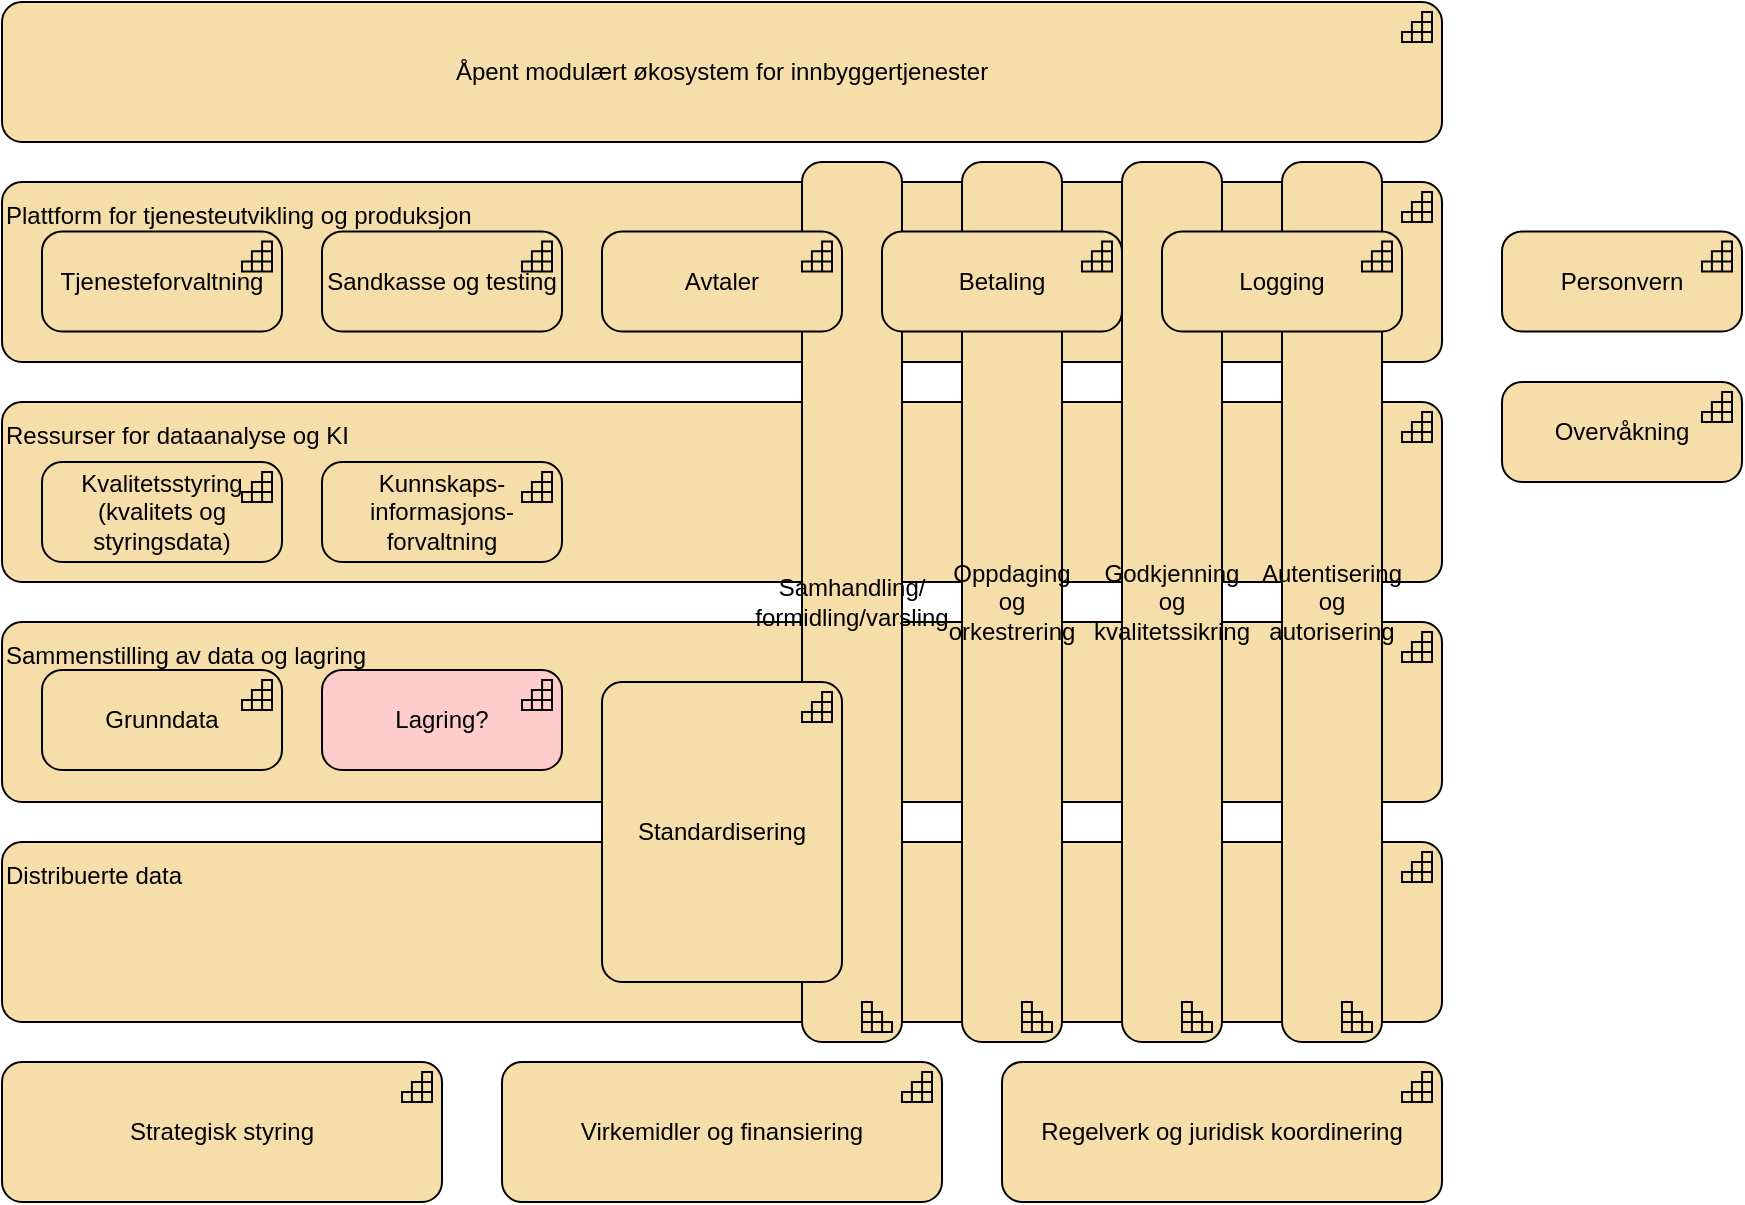
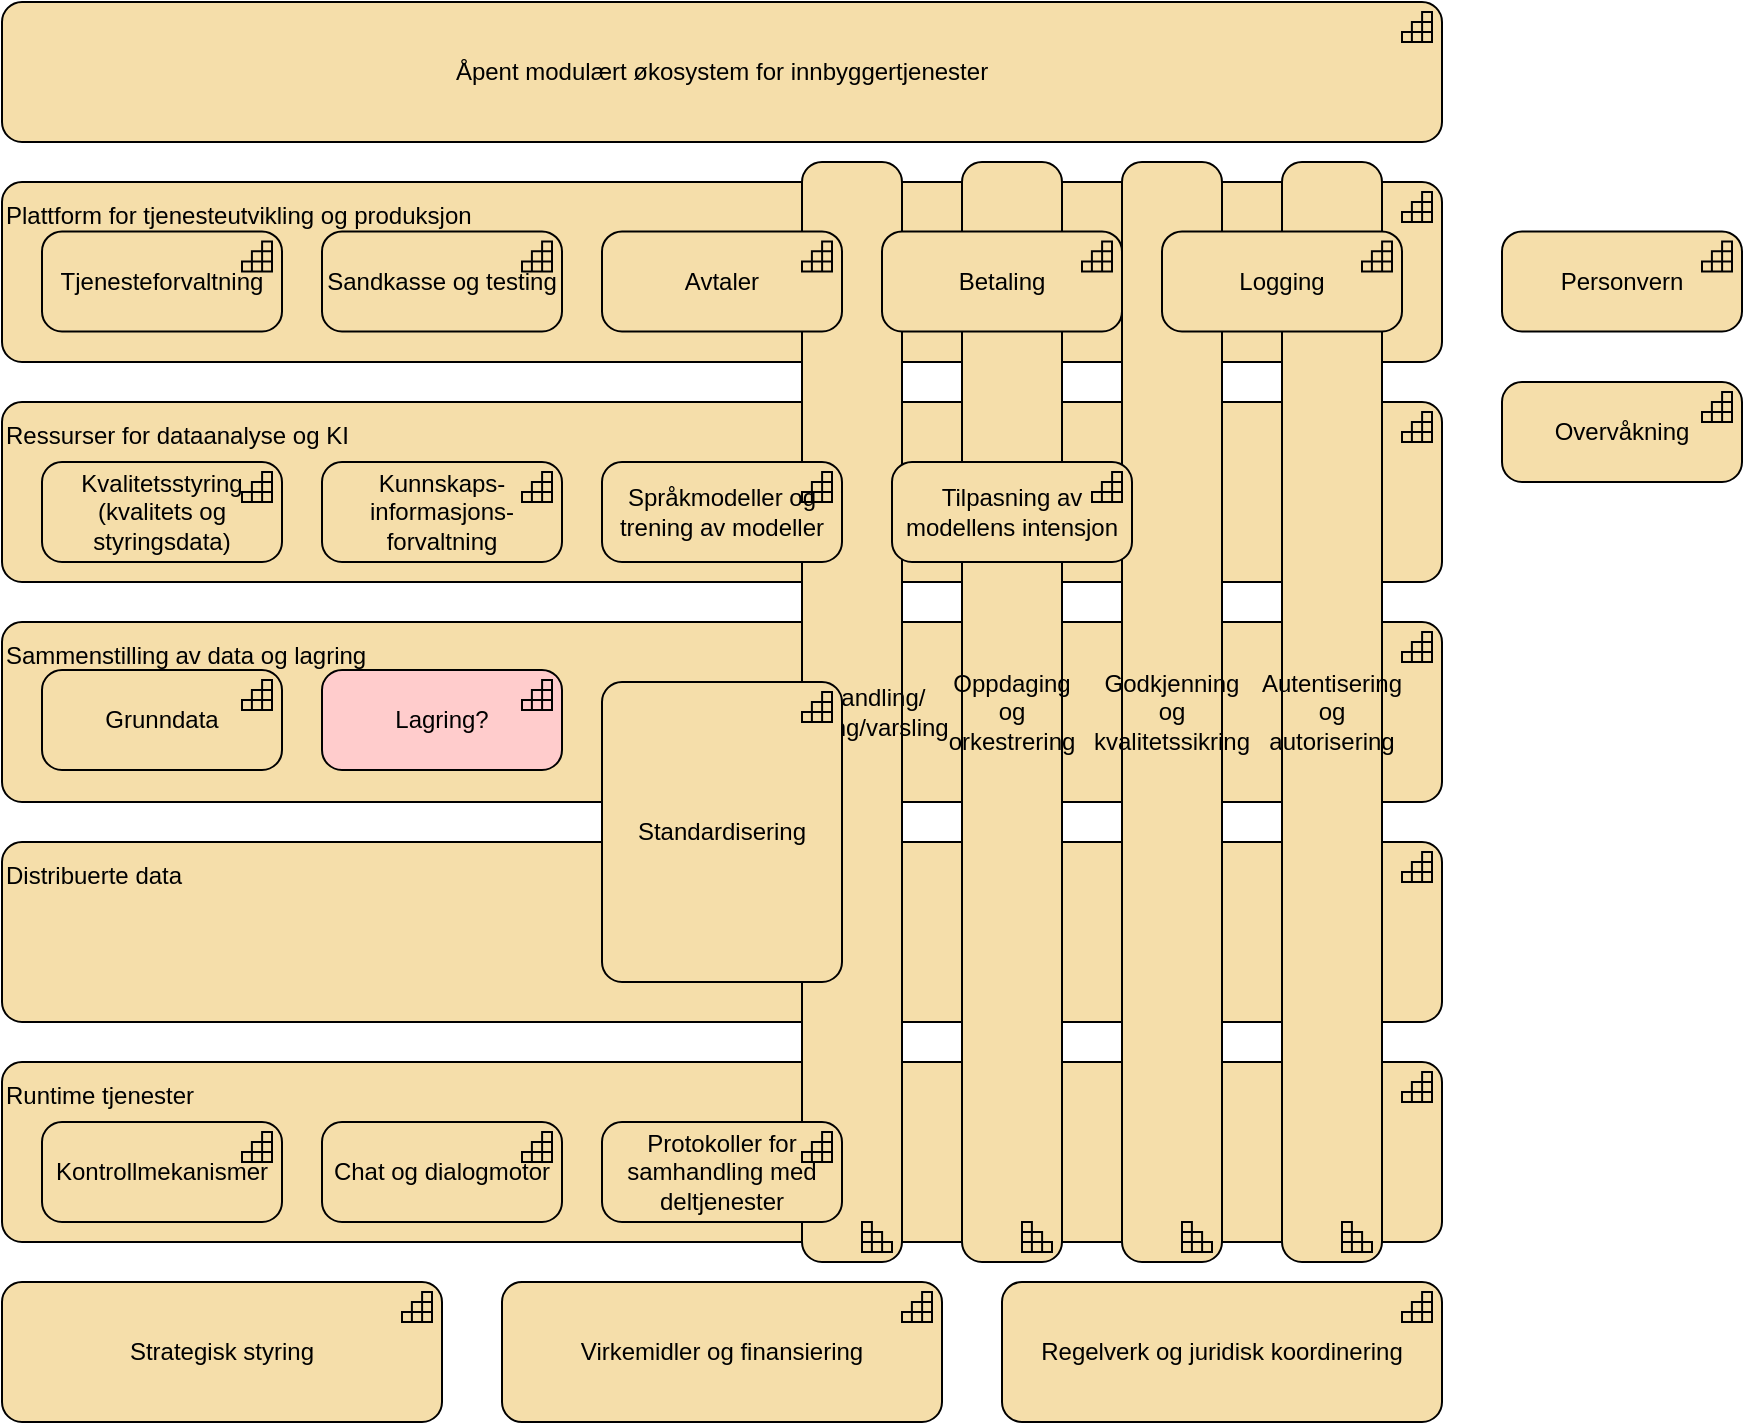
<mxfile host="65bd71144e">
    <diagram id="KhulNWOh6ZCrj-raD0nd" name="økosystem">
-         <mxGraphModel dx="686" dy="499" grid="1" gridSize="10" guides="1" tooltips="1" connect="1" arrows="1" fold="1" page="1" pageScale="1" pageWidth="1169" pageHeight="827" math="0" shadow="0">
+         <mxGraphModel dx="986" dy="546" grid="1" gridSize="10" guides="1" tooltips="1" connect="1" arrows="1" fold="1" page="1" pageScale="1" pageWidth="1169" pageHeight="827" math="0" shadow="0">
            <root>
                <mxCell id="0"/>
                <mxCell id="1" parent="0"/>
+                 <mxCell id="xnoThjykjK7Eu692T0Zw-3" value="Runtime tjenester&lt;div&gt;&lt;br&gt;&lt;/div&gt;&lt;div&gt;&lt;br&gt;&lt;/div&gt;&lt;div&gt;&lt;br&gt;&lt;/div&gt;&lt;div&gt;&lt;br&gt;&lt;/div&gt;" style="html=1;outlineConnect=0;whiteSpace=wrap;fillColor=#F5DEAA;shape=mxgraph.archimate3.application;appType=capability;archiType=rounded;align=left;" vertex="1" parent="1">
+                     <mxGeometry x="40" y="570" width="720" height="90" as="geometry"/>
+                 </mxCell>
                <mxCell id="xKit_TpfabmGGuKowgRL-6" value="Distribuerte data&lt;div&gt;&lt;br&gt;&lt;/div&gt;&lt;div&gt;&lt;br&gt;&lt;/div&gt;&lt;div&gt;&lt;br&gt;&lt;/div&gt;&lt;div&gt;&lt;br&gt;&lt;/div&gt;" style="html=1;outlineConnect=0;whiteSpace=wrap;fillColor=#F5DEAA;shape=mxgraph.archimate3.application;appType=capability;archiType=rounded;align=left;" parent="1" vertex="1">
                    <mxGeometry x="40" y="460" width="720" height="90" as="geometry"/>
                </mxCell>
                <mxCell id="xKit_TpfabmGGuKowgRL-5" value="Sammenstilling av data og lagring&lt;div&gt;&lt;br&gt;&lt;/div&gt;&lt;div&gt;&lt;br&gt;&lt;/div&gt;&lt;div&gt;&lt;br&gt;&lt;/div&gt;&lt;div&gt;&lt;br&gt;&lt;/div&gt;" style="html=1;outlineConnect=0;whiteSpace=wrap;fillColor=#F5DEAA;shape=mxgraph.archimate3.application;appType=capability;archiType=rounded;align=left;" parent="1" vertex="1">
                    <mxGeometry x="40" y="350" width="720" height="90" as="geometry"/>
                </mxCell>
                <mxCell id="xKit_TpfabmGGuKowgRL-4" value="&lt;div style=&quot;&quot;&gt;&lt;span style=&quot;background-color: transparent;&quot;&gt;Ressurser for dataanalyse og KI&lt;/span&gt;&lt;/div&gt;&lt;div style=&quot;&quot;&gt;&lt;span style=&quot;background-color: transparent;&quot;&gt;&lt;br&gt;&lt;/span&gt;&lt;/div&gt;&lt;div style=&quot;&quot;&gt;&lt;span style=&quot;background-color: transparent;&quot;&gt;&lt;br&gt;&lt;/span&gt;&lt;/div&gt;&lt;div style=&quot;&quot;&gt;&lt;span style=&quot;background-color: transparent;&quot;&gt;&lt;br&gt;&lt;/span&gt;&lt;/div&gt;&lt;div style=&quot;&quot;&gt;&lt;span style=&quot;background-color: transparent;&quot;&gt;&lt;br&gt;&lt;/span&gt;&lt;/div&gt;" style="html=1;outlineConnect=0;whiteSpace=wrap;fillColor=#F5DEAA;shape=mxgraph.archimate3.application;appType=capability;archiType=rounded;align=left;" parent="1" vertex="1">
                    <mxGeometry x="40" y="240" width="720" height="90" as="geometry"/>
                </mxCell>
                <mxCell id="xKit_TpfabmGGuKowgRL-3" value="&lt;div style=&quot;&quot;&gt;&lt;span style=&quot;background-color: transparent;&quot;&gt;Plattform for tjenesteutvikling og produksjon&lt;/span&gt;&lt;/div&gt;&lt;div style=&quot;&quot;&gt;&lt;span style=&quot;background-color: transparent;&quot;&gt;&lt;br&gt;&lt;/span&gt;&lt;/div&gt;&lt;div style=&quot;&quot;&gt;&lt;span style=&quot;background-color: transparent;&quot;&gt;&lt;br&gt;&lt;/span&gt;&lt;/div&gt;&lt;div style=&quot;&quot;&gt;&lt;span style=&quot;background-color: transparent;&quot;&gt;&lt;br&gt;&lt;/span&gt;&lt;/div&gt;&lt;div style=&quot;&quot;&gt;&lt;span style=&quot;background-color: transparent;&quot;&gt;&lt;br&gt;&lt;/span&gt;&lt;/div&gt;" style="html=1;outlineConnect=0;whiteSpace=wrap;fillColor=#F5DEAA;shape=mxgraph.archimate3.application;appType=capability;archiType=rounded;align=left;" parent="1" vertex="1">
                    <mxGeometry x="40" y="130" width="720" height="90" as="geometry"/>
                </mxCell>
                <mxCell id="TeFL5omvhbVfAXykElzv-1" value="Åpent modulært økosystem for innbyggertjenester" style="html=1;outlineConnect=0;whiteSpace=wrap;fillColor=#F5DEAA;shape=mxgraph.archimate3.application;appType=capability;archiType=rounded;" parent="1" vertex="1">
                    <mxGeometry x="40" y="40" width="720" height="70" as="geometry"/>
                </mxCell>
                <mxCell id="TeFL5omvhbVfAXykElzv-2" value="Samhandling/ formidling/varsling" style="html=1;outlineConnect=0;whiteSpace=wrap;fillColor=#F5DEAA;shape=mxgraph.archimate3.application;appType=capability;archiType=rounded;direction=south;" parent="1" vertex="1">
-                     <mxGeometry x="440" y="120" width="50" height="440" as="geometry"/>
-                 </mxCell>
-                 <mxCell id="TeFL5omvhbVfAXykElzv-3" value="Grunndata" style="html=1;outlineConnect=0;whiteSpace=wrap;fillColor=#F5DEAA;shape=mxgraph.archimate3.application;appType=capability;archiType=rounded;" parent="1" vertex="1">
-                     <mxGeometry x="60" y="374" width="120" height="50" as="geometry"/>
+                     <mxGeometry x="440" y="120" width="50" height="550" as="geometry"/>
                </mxCell>
                <mxCell id="TeFL5omvhbVfAXykElzv-4" value="Godkjenning og kvalitetssikring" style="html=1;outlineConnect=0;whiteSpace=wrap;fillColor=#F5DEAA;shape=mxgraph.archimate3.application;appType=capability;archiType=rounded;direction=south;" parent="1" vertex="1">
-                     <mxGeometry x="600" y="120" width="50" height="440" as="geometry"/>
+                     <mxGeometry x="600" y="120" width="50" height="550" as="geometry"/>
                </mxCell>
                <mxCell id="TeFL5omvhbVfAXykElzv-6" value="Avtaler" style="html=1;outlineConnect=0;whiteSpace=wrap;fillColor=#F5DEAA;shape=mxgraph.archimate3.application;appType=capability;archiType=rounded;" parent="1" vertex="1">
                    <mxGeometry x="340" y="154.73000000000002" width="120" height="50" as="geometry"/>
                </mxCell>
                <mxCell id="TeFL5omvhbVfAXykElzv-7" value="Autentisering og autorisering" style="html=1;outlineConnect=0;whiteSpace=wrap;fillColor=#F5DEAA;shape=mxgraph.archimate3.application;appType=capability;archiType=rounded;direction=south;" parent="1" vertex="1">
-                     <mxGeometry x="680" y="120" width="50" height="440" as="geometry"/>
+                     <mxGeometry x="680" y="120" width="50" height="550" as="geometry"/>
                </mxCell>
                <mxCell id="TeFL5omvhbVfAXykElzv-8" value="Oppdaging og orkestrering" style="html=1;outlineConnect=0;whiteSpace=wrap;fillColor=#F5DEAA;shape=mxgraph.archimate3.application;appType=capability;archiType=rounded;direction=south;" parent="1" vertex="1">
-                     <mxGeometry x="520" y="120" width="50" height="440" as="geometry"/>
+                     <mxGeometry x="520" y="120" width="50" height="550" as="geometry"/>
                </mxCell>
                <mxCell id="TeFL5omvhbVfAXykElzv-9" value="Sandkasse og testing" style="html=1;outlineConnect=0;whiteSpace=wrap;fillColor=#F5DEAA;shape=mxgraph.archimate3.application;appType=capability;archiType=rounded;" parent="1" vertex="1">
                    <mxGeometry x="200" y="154.73" width="120" height="50" as="geometry"/>
                </mxCell>
                <mxCell id="TeFL5omvhbVfAXykElzv-10" value="Logging" style="html=1;outlineConnect=0;whiteSpace=wrap;fillColor=#F5DEAA;shape=mxgraph.archimate3.application;appType=capability;archiType=rounded;" parent="1" vertex="1">
                    <mxGeometry x="620" y="154.73000000000002" width="120" height="50" as="geometry"/>
                </mxCell>
                <mxCell id="TeFL5omvhbVfAXykElzv-11" value="Tjenesteforvaltning" style="html=1;outlineConnect=0;whiteSpace=wrap;fillColor=#F5DEAA;shape=mxgraph.archimate3.application;appType=capability;archiType=rounded;" parent="1" vertex="1">
                    <mxGeometry x="60" y="154.73000000000002" width="120" height="50" as="geometry"/>
                </mxCell>
                <mxCell id="TeFL5omvhbVfAXykElzv-13" value="Standardisering" style="html=1;outlineConnect=0;whiteSpace=wrap;fillColor=#F5DEAA;shape=mxgraph.archimate3.application;appType=capability;archiType=rounded;" parent="1" vertex="1">
                    <mxGeometry x="340" y="380" width="120" height="150" as="geometry"/>
                </mxCell>
                <mxCell id="TeFL5omvhbVfAXykElzv-14" value="Overvåkning" style="html=1;outlineConnect=0;whiteSpace=wrap;fillColor=#F5DEAA;shape=mxgraph.archimate3.application;appType=capability;archiType=rounded;" parent="1" vertex="1">
                    <mxGeometry x="790" y="230" width="120" height="50" as="geometry"/>
                </mxCell>
                <mxCell id="TeFL5omvhbVfAXykElzv-15" value="Personvern" style="html=1;outlineConnect=0;whiteSpace=wrap;fillColor=#F5DEAA;shape=mxgraph.archimate3.application;appType=capability;archiType=rounded;" parent="1" vertex="1">
                    <mxGeometry x="790" y="154.73000000000002" width="120" height="50" as="geometry"/>
                </mxCell>
                <mxCell id="u9fwJug513jWiIlwAGDL-1" value="Kunnskaps- informasjons- forvaltning" style="html=1;outlineConnect=0;whiteSpace=wrap;fillColor=#F5DEAA;shape=mxgraph.archimate3.application;appType=capability;archiType=rounded;" parent="1" vertex="1">
                    <mxGeometry x="200" y="270" width="120" height="50" as="geometry"/>
                </mxCell>
                <mxCell id="u9fwJug513jWiIlwAGDL-2" value="Kvalitetsstyring (kvalitets og styringsdata)" style="html=1;outlineConnect=0;whiteSpace=wrap;fillColor=#F5DEAA;shape=mxgraph.archimate3.application;appType=capability;archiType=rounded;" parent="1" vertex="1">
                    <mxGeometry x="60" y="270" width="120" height="50" as="geometry"/>
                </mxCell>
                <mxCell id="TeFL5omvhbVfAXykElzv-5" value="Betaling" style="html=1;outlineConnect=0;whiteSpace=wrap;fillColor=#F5DEAA;shape=mxgraph.archimate3.application;appType=capability;archiType=rounded;" parent="1" vertex="1">
                    <mxGeometry x="480" y="154.73000000000002" width="120" height="50" as="geometry"/>
                </mxCell>
                <mxCell id="xKit_TpfabmGGuKowgRL-8" value="Strategisk styring" style="html=1;outlineConnect=0;whiteSpace=wrap;fillColor=#F5DEAA;shape=mxgraph.archimate3.application;appType=capability;archiType=rounded;" parent="1" vertex="1">
-                     <mxGeometry x="40" y="570" width="220" height="70" as="geometry"/>
+                     <mxGeometry x="40" y="680" width="220" height="70" as="geometry"/>
                </mxCell>
                <mxCell id="xKit_TpfabmGGuKowgRL-9" value="Virkemidler og finansiering" style="html=1;outlineConnect=0;whiteSpace=wrap;fillColor=#F5DEAA;shape=mxgraph.archimate3.application;appType=capability;archiType=rounded;" parent="1" vertex="1">
-                     <mxGeometry x="290" y="570" width="220" height="70" as="geometry"/>
+                     <mxGeometry x="290" y="680" width="220" height="70" as="geometry"/>
                </mxCell>
                <mxCell id="xKit_TpfabmGGuKowgRL-10" value="Regelverk og juridisk koordinering" style="html=1;outlineConnect=0;whiteSpace=wrap;fillColor=#F5DEAA;shape=mxgraph.archimate3.application;appType=capability;archiType=rounded;" parent="1" vertex="1">
-                     <mxGeometry x="540" y="570" width="220" height="70" as="geometry"/>
+                     <mxGeometry x="540" y="680" width="220" height="70" as="geometry"/>
                </mxCell>
                <mxCell id="VVHO--vzeyekFK8HYkrx-1" value="Lagring?" style="html=1;outlineConnect=0;whiteSpace=wrap;fillColor=#FFCCCC;shape=mxgraph.archimate3.application;appType=capability;archiType=rounded;" parent="1" vertex="1">
                    <mxGeometry x="200" y="374" width="120" height="50" as="geometry"/>
+                 </mxCell>
+                 <mxCell id="2" value="Språkmodeller og trening av modeller" style="html=1;outlineConnect=0;whiteSpace=wrap;fillColor=#F5DEAA;shape=mxgraph.archimate3.application;appType=capability;archiType=rounded;" vertex="1" parent="1">
+                     <mxGeometry x="340" y="270" width="120" height="50" as="geometry"/>
+                 </mxCell>
+                 <mxCell id="xnoThjykjK7Eu692T0Zw-2" value="Tilpasning av modellens intensjon" style="html=1;outlineConnect=0;whiteSpace=wrap;fillColor=#F5DEAA;shape=mxgraph.archimate3.application;appType=capability;archiType=rounded;" vertex="1" parent="1">
+                     <mxGeometry x="485" y="270" width="120" height="50" as="geometry"/>
+                 </mxCell>
+                 <mxCell id="xnoThjykjK7Eu692T0Zw-4" value="Kontrollmekanismer" style="html=1;outlineConnect=0;whiteSpace=wrap;fillColor=#F5DEAA;shape=mxgraph.archimate3.application;appType=capability;archiType=rounded;" vertex="1" parent="1">
+                     <mxGeometry x="60" y="600" width="120" height="50" as="geometry"/>
+                 </mxCell>
+                 <mxCell id="xnoThjykjK7Eu692T0Zw-5" value="Chat og dialogmotor" style="html=1;outlineConnect=0;whiteSpace=wrap;fillColor=#F5DEAA;shape=mxgraph.archimate3.application;appType=capability;archiType=rounded;" vertex="1" parent="1">
+                     <mxGeometry x="200" y="600" width="120" height="50" as="geometry"/>
+                 </mxCell>
+                 <mxCell id="xnoThjykjK7Eu692T0Zw-6" value="Grunndata" style="html=1;outlineConnect=0;whiteSpace=wrap;fillColor=#F5DEAA;shape=mxgraph.archimate3.application;appType=capability;archiType=rounded;" vertex="1" parent="1">
+                     <mxGeometry x="60" y="374" width="120" height="50" as="geometry"/>
+                 </mxCell>
+                 <mxCell id="xnoThjykjK7Eu692T0Zw-7" value="Protokoller for samhandling med deltjenester" style="html=1;outlineConnect=0;whiteSpace=wrap;fillColor=#F5DEAA;shape=mxgraph.archimate3.application;appType=capability;archiType=rounded;" vertex="1" parent="1">
+                     <mxGeometry x="340" y="600" width="120" height="50" as="geometry"/>
                </mxCell>
            </root>
        </mxGraphModel>
    </diagram>
    <diagram id="yR3UBU6f4qSMuNbV7_kY" name="verdikjede-overordnet">
-         <mxGraphModel dx="686" dy="499" grid="1" gridSize="10" guides="1" tooltips="1" connect="1" arrows="1" fold="1" page="1" pageScale="1" pageWidth="1169" pageHeight="827" math="0" shadow="0">
+         <mxGraphModel dx="986" dy="546" grid="1" gridSize="10" guides="1" tooltips="1" connect="1" arrows="1" fold="1" page="1" pageScale="1" pageWidth="1169" pageHeight="827" math="0" shadow="0">
            <root>
                <mxCell id="0"/>
                <mxCell id="1" parent="0"/>
                <mxCell id="8" value="Oppleve Symptomer" style="html=1;outlineConnect=0;whiteSpace=wrap;fillColor=#F5DEAA;shape=mxgraph.archimate3.application;appType=valueStream;archiType=rounded;" parent="1" vertex="1">
                    <mxGeometry x="160" y="100" width="100" height="50" as="geometry"/>
                </mxCell>
                <mxCell id="9" value="Forebygge" style="html=1;outlineConnect=0;whiteSpace=wrap;fillColor=#F5DEAA;shape=mxgraph.archimate3.application;appType=valueStream;archiType=rounded;" parent="1" vertex="1">
                    <mxGeometry x="20" y="100" width="100" height="50" as="geometry"/>
                </mxCell>
                <mxCell id="16" value="" style="edgeStyle=none;html=1;" parent="1" source="10" target="15" edge="1">
                    <mxGeometry relative="1" as="geometry"/>
                </mxCell>
                <mxCell id="10" value="Kartlegge" style="html=1;outlineConnect=0;whiteSpace=wrap;fillColor=#F5DEAA;shape=mxgraph.archimate3.application;appType=valueStream;archiType=rounded;" parent="1" vertex="1">
                    <mxGeometry x="300" y="100" width="100" height="50" as="geometry"/>
                </mxCell>
                <mxCell id="14" value="" style="edgeStyle=none;html=1;" parent="1" source="12" target="13" edge="1">
                    <mxGeometry relative="1" as="geometry"/>
                </mxCell>
                <mxCell id="12" value="Egenmestre" style="html=1;outlineConnect=0;whiteSpace=wrap;fillColor=#F5DEAA;shape=mxgraph.archimate3.application;appType=valueStream;archiType=rounded;" parent="1" vertex="1">
                    <mxGeometry x="440" y="100" width="100" height="50" as="geometry"/>
                </mxCell>
                <mxCell id="13" value="Veiledet selvhjelp" style="html=1;outlineConnect=0;whiteSpace=wrap;fillColor=#F5DEAA;shape=mxgraph.archimate3.application;appType=valueStream;archiType=rounded;" parent="1" vertex="1">
                    <mxGeometry x="580" y="100" width="100" height="50" as="geometry"/>
                </mxCell>
                <mxCell id="15" value="Veivise til tjenesten" style="html=1;outlineConnect=0;whiteSpace=wrap;fillColor=#F5DEAA;shape=mxgraph.archimate3.application;appType=valueStream;archiType=rounded;" parent="1" vertex="1">
                    <mxGeometry x="300" y="180" width="100" height="50" as="geometry"/>
                </mxCell>
                <mxCell id="17" value="" style="edgeStyle=elbowEdgeStyle;html=1;endArrow=block;dashed=0;elbow=vertical;endFill=1;exitX=1;exitY=0.5;exitDx=0;exitDy=0;exitPerimeter=0;entryX=0;entryY=0.5;entryDx=0;entryDy=0;entryPerimeter=0;" parent="1" source="10" target="12" edge="1">
                    <mxGeometry width="160" relative="1" as="geometry">
                        <mxPoint x="340" y="450" as="sourcePoint"/>
                        <mxPoint x="500" y="450" as="targetPoint"/>
                    </mxGeometry>
                </mxCell>
                <mxCell id="18" value="" style="edgeStyle=elbowEdgeStyle;html=1;endArrow=block;dashed=0;elbow=vertical;endFill=1;entryX=0;entryY=0.5;entryDx=0;entryDy=0;entryPerimeter=0;exitX=1;exitY=0.5;exitDx=0;exitDy=0;exitPerimeter=0;" parent="1" source="8" target="10" edge="1">
                    <mxGeometry width="160" relative="1" as="geometry">
                        <mxPoint x="340" y="450" as="sourcePoint"/>
                        <mxPoint x="500" y="450" as="targetPoint"/>
                    </mxGeometry>
                </mxCell>
                <mxCell id="19" value="" style="edgeStyle=elbowEdgeStyle;html=1;endArrow=block;dashed=0;elbow=vertical;endFill=1;exitX=1;exitY=0.5;exitDx=0;exitDy=0;exitPerimeter=0;" parent="1" source="9" edge="1">
                    <mxGeometry width="160" relative="1" as="geometry">
                        <mxPoint x="270" y="135" as="sourcePoint"/>
                        <mxPoint x="160" y="125" as="targetPoint"/>
                    </mxGeometry>
                </mxCell>
                <mxCell id="20" value="" style="edgeStyle=elbowEdgeStyle;html=1;endArrow=block;dashed=0;elbow=vertical;endFill=1;entryX=0.5;entryY=0;entryDx=0;entryDy=0;entryPerimeter=0;exitX=0.5;exitY=0;exitDx=0;exitDy=0;exitPerimeter=0;" parent="1" source="13" target="8" edge="1">
                    <mxGeometry width="160" relative="1" as="geometry">
                        <mxPoint x="280" y="145" as="sourcePoint"/>
                        <mxPoint x="320" y="145" as="targetPoint"/>
                        <Array as="points">
                            <mxPoint x="420" y="60"/>
                        </Array>
                    </mxGeometry>
                </mxCell>
                <mxCell id="21" value="" style="edgeStyle=elbowEdgeStyle;html=1;endArrow=block;dashed=0;elbow=vertical;endFill=1;entryX=0.5;entryY=1;entryDx=0;entryDy=0;entryPerimeter=0;exitX=1;exitY=0.5;exitDx=0;exitDy=0;exitPerimeter=0;" parent="1" source="15" target="12" edge="1">
                    <mxGeometry width="160" relative="1" as="geometry">
                        <mxPoint x="500" y="210" as="sourcePoint"/>
                        <mxPoint x="500" y="450" as="targetPoint"/>
                        <Array as="points">
                            <mxPoint x="450" y="190"/>
                        </Array>
                    </mxGeometry>
                </mxCell>
                <mxCell id="22" value="Katlegging (verktøy)" style="html=1;outlineConnect=0;whiteSpace=wrap;fillColor=#F5DEAA;shape=mxgraph.archimate3.application;appType=capability;archiType=rounded;" parent="1" vertex="1">
                    <mxGeometry x="300" y="300" width="100" height="52.5" as="geometry"/>
                </mxCell>
                <mxCell id="23" value="Symptom-kartlegging" style="html=1;outlineConnect=0;whiteSpace=wrap;fillColor=#F5DEAA;shape=mxgraph.archimate3.application;appType=capability;archiType=rounded;" parent="1" vertex="1">
                    <mxGeometry x="160" y="300" width="100" height="52.5" as="geometry"/>
                </mxCell>
                <mxCell id="24" value="Tjenesteveivisning" style="html=1;outlineConnect=0;whiteSpace=wrap;fillColor=#F5DEAA;shape=mxgraph.archimate3.application;appType=capability;archiType=rounded;" parent="1" vertex="1">
                    <mxGeometry x="300" y="380" width="100" height="52.5" as="geometry"/>
                </mxCell>
                <mxCell id="25" value="Egenmestring (verktøy)" style="html=1;outlineConnect=0;whiteSpace=wrap;fillColor=#F5DEAA;shape=mxgraph.archimate3.application;appType=capability;archiType=rounded;" parent="1" vertex="1">
                    <mxGeometry x="440" y="300" width="100" height="52.5" as="geometry"/>
                </mxCell>
                <mxCell id="27" value="Egenmestring (forebyggings verktøy)" style="html=1;outlineConnect=0;whiteSpace=wrap;fillColor=#F5DEAA;shape=mxgraph.archimate3.application;appType=capability;archiType=rounded;" parent="1" vertex="1">
                    <mxGeometry x="20" y="300" width="100" height="52.5" as="geometry"/>
                </mxCell>
                <mxCell id="28" value="eBehandling" style="html=1;outlineConnect=0;whiteSpace=wrap;fillColor=#F5DEAA;shape=mxgraph.archimate3.application;appType=capability;archiType=rounded;" parent="1" vertex="1">
                    <mxGeometry x="580" y="300" width="100" height="52.5" as="geometry"/>
                </mxCell>
                <mxCell id="29" value="Veiledet Egenmestring (verktøy)" style="html=1;outlineConnect=0;whiteSpace=wrap;fillColor=#F5DEAA;shape=mxgraph.archimate3.application;appType=capability;archiType=rounded;" parent="1" vertex="1">
                    <mxGeometry x="580" y="380" width="100" height="52.5" as="geometry"/>
                </mxCell>
                <mxCell id="30" value="Fastlege, Spesialist, legevakt etc" style="html=1;outlineConnect=0;whiteSpace=wrap;fillColor=#F5DEAA;shape=mxgraph.archimate3.application;appType=valueStream;archiType=rounded;" parent="1" vertex="1">
                    <mxGeometry x="720" y="100" width="100" height="50" as="geometry"/>
                </mxCell>
                <mxCell id="32" value="" style="edgeStyle=elbowEdgeStyle;html=1;endArrow=block;dashed=0;elbow=vertical;endFill=1;entryX=0.5;entryY=1;entryDx=0;entryDy=0;entryPerimeter=0;exitX=0.5;exitY=1;exitDx=0;exitDy=0;exitPerimeter=0;" parent="1" source="15" target="30" edge="1">
                    <mxGeometry width="160" relative="1" as="geometry">
                        <mxPoint x="340" y="360" as="sourcePoint"/>
                        <mxPoint x="500" y="360" as="targetPoint"/>
                        <Array as="points">
                            <mxPoint x="560" y="250"/>
                        </Array>
                    </mxGeometry>
                </mxCell>
                <mxCell id="33" value="" style="edgeStyle=elbowEdgeStyle;html=1;endArrow=block;dashed=0;elbow=vertical;endFill=1;entryX=0.5;entryY=0;entryDx=0;entryDy=0;entryPerimeter=0;exitX=0.5;exitY=0;exitDx=0;exitDy=0;exitPerimeter=0;" parent="1" source="30" target="9" edge="1">
                    <mxGeometry width="160" relative="1" as="geometry">
                        <mxPoint x="340" y="360" as="sourcePoint"/>
                        <mxPoint x="500" y="360" as="targetPoint"/>
                        <Array as="points">
                            <mxPoint x="420" y="40"/>
                        </Array>
                    </mxGeometry>
                </mxCell>
                <mxCell id="34" value="Journalføring" style="html=1;outlineConnect=0;whiteSpace=wrap;fillColor=#F5DEAA;shape=mxgraph.archimate3.application;appType=capability;archiType=rounded;" parent="1" vertex="1">
                    <mxGeometry x="720" y="300" width="100" height="52.5" as="geometry"/>
                </mxCell>
                <mxCell id="35" value="" style="edgeStyle=elbowEdgeStyle;html=1;endArrow=block;dashed=0;elbow=vertical;endFill=1;entryX=0;entryY=0.5;entryDx=0;entryDy=0;entryPerimeter=0;exitX=1;exitY=0.5;exitDx=0;exitDy=0;exitPerimeter=0;" parent="1" source="13" target="30" edge="1">
                    <mxGeometry width="160" relative="1" as="geometry">
                        <mxPoint x="340" y="360" as="sourcePoint"/>
                        <mxPoint x="500" y="360" as="targetPoint"/>
                    </mxGeometry>
                </mxCell>
                <mxCell id="36" value="KI symptom-kartlegging" style="html=1;outlineConnect=0;whiteSpace=wrap;fillColor=#FFB366;shape=mxgraph.archimate3.application;appType=capability;archiType=rounded;" parent="1" vertex="1">
                    <mxGeometry x="160" y="560" width="100" height="52.5" as="geometry"/>
                </mxCell>
                <mxCell id="37" value="KI veivisning" style="html=1;outlineConnect=0;whiteSpace=wrap;fillColor=#FFB366;shape=mxgraph.archimate3.application;appType=capability;archiType=rounded;" parent="1" vertex="1">
                    <mxGeometry x="300" y="560" width="100" height="52.5" as="geometry"/>
                </mxCell>
                <mxCell id="38" value="KI egenmestring" style="html=1;outlineConnect=0;whiteSpace=wrap;fillColor=#FFB366;shape=mxgraph.archimate3.application;appType=capability;archiType=rounded;" parent="1" vertex="1">
                    <mxGeometry x="440" y="560" width="100" height="52.5" as="geometry"/>
                </mxCell>
                <mxCell id="39" value="KI eBehandling" style="html=1;outlineConnect=0;whiteSpace=wrap;fillColor=#FFB366;shape=mxgraph.archimate3.application;appType=capability;archiType=rounded;" parent="1" vertex="1">
                    <mxGeometry x="580" y="560" width="100" height="52.5" as="geometry"/>
                </mxCell>
                <mxCell id="40" value="KI assistert journalføring" style="html=1;outlineConnect=0;whiteSpace=wrap;fillColor=#FFB366;shape=mxgraph.archimate3.application;appType=capability;archiType=rounded;" parent="1" vertex="1">
                    <mxGeometry x="720" y="560" width="100" height="52.5" as="geometry"/>
                </mxCell>
                <mxCell id="41" value="Samhandling" style="html=1;outlineConnect=0;whiteSpace=wrap;fillColor=#F5DEAA;shape=mxgraph.archimate3.application;appType=capability;archiType=rounded;" parent="1" vertex="1">
                    <mxGeometry x="300" y="760" width="520" height="30" as="geometry"/>
                </mxCell>
                <mxCell id="43" value="" style="endArrow=none;dashed=1;html=1;" parent="1" edge="1">
                    <mxGeometry width="50" height="50" relative="1" as="geometry">
                        <mxPoint x="20" y="270" as="sourcePoint"/>
                        <mxPoint x="840" y="270" as="targetPoint"/>
                        <Array as="points">
                            <mxPoint x="430" y="270"/>
                        </Array>
                    </mxGeometry>
                </mxCell>
                <mxCell id="44" value="" style="endArrow=none;dashed=1;html=1;" parent="1" edge="1">
                    <mxGeometry width="50" height="50" relative="1" as="geometry">
                        <mxPoint x="20" y="540" as="sourcePoint"/>
                        <mxPoint x="840" y="540" as="targetPoint"/>
                        <Array as="points">
                            <mxPoint x="430" y="540"/>
                        </Array>
                    </mxGeometry>
                </mxCell>
                <mxCell id="45" value="" style="endArrow=none;dashed=1;html=1;" parent="1" edge="1">
                    <mxGeometry width="50" height="50" relative="1" as="geometry">
                        <mxPoint x="20" y="630" as="sourcePoint"/>
                        <mxPoint x="840" y="630" as="targetPoint"/>
                        <Array as="points">
                            <mxPoint x="430" y="630"/>
                        </Array>
                    </mxGeometry>
                </mxCell>
                <mxCell id="46" value="Økosystem fasilitering" style="html=1;outlineConnect=0;whiteSpace=wrap;fillColor=#F5DEAA;shape=mxgraph.archimate3.application;appType=capability;archiType=rounded;" parent="1" vertex="1">
                    <mxGeometry x="20" y="660" width="660" height="30" as="geometry"/>
                </mxCell>
                <mxCell id="47" value="Planlegging" style="html=1;outlineConnect=0;whiteSpace=wrap;fillColor=#F5DEAA;shape=mxgraph.archimate3.application;appType=capability;archiType=rounded;" parent="1" vertex="1">
                    <mxGeometry x="300" y="710" width="520" height="30" as="geometry"/>
                </mxCell>
                <mxCell id="50" value="KI kapabiliteter" style="text;html=1;align=left;verticalAlign=middle;whiteSpace=wrap;rounded=0;" parent="1" vertex="1">
                    <mxGeometry x="20" y="540" width="120" height="30" as="geometry"/>
                </mxCell>
                <mxCell id="51" value="Forenklet tjenestereise" style="text;html=1;align=left;verticalAlign=middle;whiteSpace=wrap;rounded=0;" parent="1" vertex="1">
                    <mxGeometry x="20" width="130" height="30" as="geometry"/>
                </mxCell>
                <mxCell id="54" value="Innbygger / kliniker" style="text;html=1;align=left;verticalAlign=middle;whiteSpace=wrap;rounded=0;" parent="1" vertex="1">
                    <mxGeometry x="20" y="270" width="120" height="30" as="geometry"/>
                </mxCell>
                <mxCell id="56" value="Grunnleggende kapabiliteter" style="text;html=1;align=left;verticalAlign=middle;whiteSpace=wrap;rounded=0;" parent="1" vertex="1">
                    <mxGeometry x="20" y="630" width="170" height="30" as="geometry"/>
                </mxCell>
                <mxCell id="58" value="Henvise /medisinere" style="html=1;outlineConnect=0;whiteSpace=wrap;fillColor=#F5DEAA;shape=mxgraph.archimate3.application;appType=valueStream;archiType=rounded;" parent="1" vertex="1">
                    <mxGeometry x="580" y="180" width="100" height="50" as="geometry"/>
                </mxCell>
                <mxCell id="59" value="" style="edgeStyle=elbowEdgeStyle;html=1;endArrow=block;dashed=0;elbow=vertical;endFill=1;exitX=1;exitY=0.75;exitDx=0;exitDy=0;exitPerimeter=0;entryX=0;entryY=0.5;entryDx=0;entryDy=0;entryPerimeter=0;" parent="1" source="15" target="58" edge="1">
                    <mxGeometry width="160" relative="1" as="geometry">
                        <mxPoint x="410" y="215" as="sourcePoint"/>
                        <mxPoint x="550" y="220" as="targetPoint"/>
                        <Array as="points">
                            <mxPoint x="450" y="220"/>
                        </Array>
                    </mxGeometry>
                </mxCell>
                <mxCell id="60" value="" style="edgeStyle=elbowEdgeStyle;html=1;endArrow=block;dashed=0;elbow=vertical;endFill=1;exitX=1;exitY=0.5;exitDx=0;exitDy=0;exitPerimeter=0;entryX=0.25;entryY=1;entryDx=0;entryDy=0;entryPerimeter=0;" parent="1" source="58" target="30" edge="1">
                    <mxGeometry width="160" relative="1" as="geometry">
                        <mxPoint x="410" y="228" as="sourcePoint"/>
                        <mxPoint x="590" y="215" as="targetPoint"/>
                        <Array as="points">
                            <mxPoint x="720" y="205"/>
                        </Array>
                    </mxGeometry>
                </mxCell>
                <mxCell id="61" value="Egen-henvisning og -medisinering" style="html=1;outlineConnect=0;whiteSpace=wrap;fillColor=#F5DEAA;shape=mxgraph.archimate3.application;appType=capability;archiType=rounded;" parent="1" vertex="1">
                    <mxGeometry x="580" y="460" width="100" height="52.5" as="geometry"/>
                </mxCell>
                <mxCell id="62" value="Bestilling" style="html=1;outlineConnect=0;whiteSpace=wrap;fillColor=#F5DEAA;shape=mxgraph.archimate3.application;appType=capability;archiType=rounded;" parent="1" vertex="1">
                    <mxGeometry x="300" y="460" width="100" height="52.5" as="geometry"/>
                </mxCell>
            </root>
        </mxGraphModel>
    </diagram>
    <diagram id="QePevzOGQcMEyxp_wbvx" name="verdikjede-verdi">
-         <mxGraphModel dx="686" dy="499" grid="1" gridSize="10" guides="1" tooltips="1" connect="1" arrows="1" fold="1" page="1" pageScale="1" pageWidth="1169" pageHeight="827" math="0" shadow="0">
+         <mxGraphModel dx="986" dy="546" grid="1" gridSize="10" guides="1" tooltips="1" connect="1" arrows="1" fold="1" page="1" pageScale="1" pageWidth="1169" pageHeight="827" math="0" shadow="0">
            <root>
                <mxCell id="0"/>
                <mxCell id="1" parent="0"/>
                <mxCell id="t-pgimBPQop8rT4Ed4PY-1" value="Oppleve Symptomer" style="html=1;outlineConnect=0;whiteSpace=wrap;fillColor=#F5DEAA;shape=mxgraph.archimate3.application;appType=valueStream;archiType=rounded;" parent="1" vertex="1">
                    <mxGeometry x="40" y="120" width="100" height="50" as="geometry"/>
                </mxCell>
                <mxCell id="t-pgimBPQop8rT4Ed4PY-2" value="Forebygge" style="html=1;outlineConnect=0;whiteSpace=wrap;fillColor=#F5DEAA;shape=mxgraph.archimate3.application;appType=valueStream;archiType=rounded;" parent="1" vertex="1">
                    <mxGeometry x="40" y="200" width="100" height="50" as="geometry"/>
                </mxCell>
                <mxCell id="t-pgimBPQop8rT4Ed4PY-3" value="" style="edgeStyle=none;html=1;" parent="1" source="t-pgimBPQop8rT4Ed4PY-4" target="t-pgimBPQop8rT4Ed4PY-8" edge="1">
                    <mxGeometry relative="1" as="geometry"/>
                </mxCell>
                <mxCell id="t-pgimBPQop8rT4Ed4PY-4" value="Kartlegge" style="html=1;outlineConnect=0;whiteSpace=wrap;fillColor=#F5DEAA;shape=mxgraph.archimate3.application;appType=valueStream;archiType=rounded;" parent="1" vertex="1">
                    <mxGeometry x="180" y="120" width="100" height="50" as="geometry"/>
                </mxCell>
                <mxCell id="t-pgimBPQop8rT4Ed4PY-5" value="" style="edgeStyle=none;html=1;" parent="1" source="t-pgimBPQop8rT4Ed4PY-6" target="t-pgimBPQop8rT4Ed4PY-7" edge="1">
                    <mxGeometry relative="1" as="geometry"/>
                </mxCell>
                <mxCell id="t-pgimBPQop8rT4Ed4PY-6" value="Egenmestre" style="html=1;outlineConnect=0;whiteSpace=wrap;fillColor=#F5DEAA;shape=mxgraph.archimate3.application;appType=valueStream;archiType=rounded;" parent="1" vertex="1">
                    <mxGeometry x="320" y="120" width="100" height="50" as="geometry"/>
                </mxCell>
                <mxCell id="t-pgimBPQop8rT4Ed4PY-7" value="Veiledet selvhjelp" style="html=1;outlineConnect=0;whiteSpace=wrap;fillColor=#F5DEAA;shape=mxgraph.archimate3.application;appType=valueStream;archiType=rounded;" parent="1" vertex="1">
                    <mxGeometry x="460" y="120" width="100" height="50" as="geometry"/>
                </mxCell>
                <mxCell id="t-pgimBPQop8rT4Ed4PY-8" value="Veivise til tjenesten" style="html=1;outlineConnect=0;whiteSpace=wrap;fillColor=#F5DEAA;shape=mxgraph.archimate3.application;appType=valueStream;archiType=rounded;" parent="1" vertex="1">
                    <mxGeometry x="180" y="200" width="100" height="50" as="geometry"/>
                </mxCell>
                <mxCell id="t-pgimBPQop8rT4Ed4PY-9" value="" style="edgeStyle=elbowEdgeStyle;html=1;endArrow=block;dashed=0;elbow=vertical;endFill=1;exitX=1;exitY=0.5;exitDx=0;exitDy=0;exitPerimeter=0;entryX=0;entryY=0.5;entryDx=0;entryDy=0;entryPerimeter=0;" parent="1" source="t-pgimBPQop8rT4Ed4PY-4" target="t-pgimBPQop8rT4Ed4PY-6" edge="1">
                    <mxGeometry width="160" relative="1" as="geometry">
                        <mxPoint x="220" y="470" as="sourcePoint"/>
                        <mxPoint x="380" y="470" as="targetPoint"/>
                    </mxGeometry>
                </mxCell>
                <mxCell id="t-pgimBPQop8rT4Ed4PY-10" value="" style="edgeStyle=elbowEdgeStyle;html=1;endArrow=block;dashed=0;elbow=vertical;endFill=1;entryX=0;entryY=0.5;entryDx=0;entryDy=0;entryPerimeter=0;exitX=1;exitY=0.5;exitDx=0;exitDy=0;exitPerimeter=0;" parent="1" source="t-pgimBPQop8rT4Ed4PY-1" target="t-pgimBPQop8rT4Ed4PY-4" edge="1">
                    <mxGeometry width="160" relative="1" as="geometry">
                        <mxPoint x="220" y="470" as="sourcePoint"/>
                        <mxPoint x="380" y="470" as="targetPoint"/>
                    </mxGeometry>
                </mxCell>
                <mxCell id="t-pgimBPQop8rT4Ed4PY-11" value="" style="edgeStyle=elbowEdgeStyle;html=1;endArrow=block;dashed=0;elbow=vertical;endFill=1;exitX=0.5;exitY=0;exitDx=0;exitDy=0;exitPerimeter=0;entryX=0.5;entryY=1;entryDx=0;entryDy=0;entryPerimeter=0;" parent="1" source="t-pgimBPQop8rT4Ed4PY-2" target="t-pgimBPQop8rT4Ed4PY-1" edge="1">
                    <mxGeometry width="160" relative="1" as="geometry">
                        <mxPoint x="150" y="155" as="sourcePoint"/>
                        <mxPoint x="40" y="145" as="targetPoint"/>
                    </mxGeometry>
                </mxCell>
                <mxCell id="t-pgimBPQop8rT4Ed4PY-13" value="" style="edgeStyle=elbowEdgeStyle;html=1;endArrow=block;dashed=0;elbow=vertical;endFill=1;entryX=0.5;entryY=1;entryDx=0;entryDy=0;entryPerimeter=0;exitX=1;exitY=0.5;exitDx=0;exitDy=0;exitPerimeter=0;" parent="1" source="t-pgimBPQop8rT4Ed4PY-8" target="t-pgimBPQop8rT4Ed4PY-6" edge="1">
                    <mxGeometry width="160" relative="1" as="geometry">
                        <mxPoint x="380" y="230" as="sourcePoint"/>
                        <mxPoint x="380" y="470" as="targetPoint"/>
                        <Array as="points">
                            <mxPoint x="320" y="230"/>
                        </Array>
                    </mxGeometry>
                </mxCell>
                <mxCell id="t-pgimBPQop8rT4Ed4PY-14" value="Fastlege, Spesialist, legevakt etc" style="html=1;outlineConnect=0;whiteSpace=wrap;fillColor=#F5DEAA;shape=mxgraph.archimate3.application;appType=valueStream;archiType=rounded;" parent="1" vertex="1">
                    <mxGeometry x="460" y="290" width="100" height="50" as="geometry"/>
                </mxCell>
                <mxCell id="t-pgimBPQop8rT4Ed4PY-15" value="" style="edgeStyle=elbowEdgeStyle;html=1;endArrow=block;dashed=0;elbow=vertical;endFill=1;entryX=0;entryY=0.5;entryDx=0;entryDy=0;entryPerimeter=0;exitX=0.5;exitY=1;exitDx=0;exitDy=0;exitPerimeter=0;" parent="1" source="t-pgimBPQop8rT4Ed4PY-8" target="t-pgimBPQop8rT4Ed4PY-14" edge="1">
                    <mxGeometry width="160" relative="1" as="geometry">
                        <mxPoint x="220" y="380" as="sourcePoint"/>
                        <mxPoint x="380" y="380" as="targetPoint"/>
                        <Array as="points">
                            <mxPoint x="350" y="310"/>
                        </Array>
                    </mxGeometry>
                </mxCell>
                <mxCell id="t-pgimBPQop8rT4Ed4PY-17" value="" style="edgeStyle=elbowEdgeStyle;html=1;endArrow=block;dashed=0;elbow=vertical;endFill=1;entryX=1;entryY=0.5;entryDx=0;entryDy=0;entryPerimeter=0;exitX=1;exitY=0.5;exitDx=0;exitDy=0;exitPerimeter=0;" parent="1" source="t-pgimBPQop8rT4Ed4PY-7" target="t-pgimBPQop8rT4Ed4PY-14" edge="1">
                    <mxGeometry width="160" relative="1" as="geometry">
                        <mxPoint x="220" y="380" as="sourcePoint"/>
                        <mxPoint x="380" y="380" as="targetPoint"/>
                        <Array as="points">
                            <mxPoint x="620" y="230"/>
                        </Array>
                    </mxGeometry>
                </mxCell>
                <mxCell id="t-pgimBPQop8rT4Ed4PY-19" value="Henvise /medisinere" style="html=1;outlineConnect=0;whiteSpace=wrap;fillColor=#F5DEAA;shape=mxgraph.archimate3.application;appType=valueStream;archiType=rounded;" parent="1" vertex="1">
                    <mxGeometry x="460" y="200" width="100" height="50" as="geometry"/>
                </mxCell>
                <mxCell id="t-pgimBPQop8rT4Ed4PY-20" value="" style="edgeStyle=elbowEdgeStyle;html=1;endArrow=block;dashed=0;elbow=vertical;endFill=1;exitX=1;exitY=0.75;exitDx=0;exitDy=0;exitPerimeter=0;" parent="1" source="t-pgimBPQop8rT4Ed4PY-8" edge="1">
                    <mxGeometry width="160" relative="1" as="geometry">
                        <mxPoint x="290" y="235" as="sourcePoint"/>
                        <mxPoint x="460" y="238" as="targetPoint"/>
                        <Array as="points">
                            <mxPoint x="330" y="240"/>
                        </Array>
                    </mxGeometry>
                </mxCell>
                <mxCell id="t-pgimBPQop8rT4Ed4PY-21" value="" style="edgeStyle=elbowEdgeStyle;html=1;endArrow=block;dashed=0;elbow=vertical;endFill=1;exitX=1;exitY=0.5;exitDx=0;exitDy=0;exitPerimeter=0;entryX=1;entryY=0.25;entryDx=0;entryDy=0;entryPerimeter=0;" parent="1" source="t-pgimBPQop8rT4Ed4PY-19" target="t-pgimBPQop8rT4Ed4PY-14" edge="1">
                    <mxGeometry width="160" relative="1" as="geometry">
                        <mxPoint x="290" y="248" as="sourcePoint"/>
                        <mxPoint x="470" y="235" as="targetPoint"/>
                        <Array as="points">
                            <mxPoint x="600" y="260"/>
                        </Array>
                    </mxGeometry>
                </mxCell>
                <mxCell id="t-pgimBPQop8rT4Ed4PY-22" value="Rask behandling på riktig omsorgsnivå" style="html=1;outlineConnect=0;whiteSpace=wrap;fillColor=#CCCCFF;shape=mxgraph.archimate3.application;appType=goal;archiType=oct;" parent="1" vertex="1">
                    <mxGeometry x="640" y="110" width="120" height="60" as="geometry"/>
                </mxCell>
                <mxCell id="t-pgimBPQop8rT4Ed4PY-24" value="Behandling på lavest mulig omsorgsnivå" style="html=1;outlineConnect=0;whiteSpace=wrap;fillColor=#CCCCFF;shape=mxgraph.archimate3.application;appType=goal;archiType=oct;" parent="1" vertex="1">
                    <mxGeometry x="640" y="200" width="120" height="60" as="geometry"/>
                </mxCell>
                <mxCell id="t-pgimBPQop8rT4Ed4PY-26" value="Innnbygger" style="html=1;outlineConnect=0;whiteSpace=wrap;fillColor=#CCCCFF;shape=mxgraph.archimate3.role;" parent="1" vertex="1">
                    <mxGeometry x="640" y="30" width="120" height="50" as="geometry"/>
                </mxCell>
                <mxCell id="t-pgimBPQop8rT4Ed4PY-27" value="Helsetjenesten" style="html=1;outlineConnect=0;whiteSpace=wrap;fillColor=#CCCCFF;shape=mxgraph.archimate3.role;" parent="1" vertex="1">
                    <mxGeometry x="640" y="290" width="120" height="50" as="geometry"/>
                </mxCell>
                <mxCell id="t-pgimBPQop8rT4Ed4PY-28" value="" style="edgeStyle=elbowEdgeStyle;html=1;endArrow=none;elbow=vertical;entryX=0.5;entryY=1;entryDx=0;entryDy=0;entryPerimeter=0;exitX=0.5;exitY=0;exitDx=0;exitDy=0;exitPerimeter=0;" parent="1" source="t-pgimBPQop8rT4Ed4PY-27" target="t-pgimBPQop8rT4Ed4PY-24" edge="1">
                    <mxGeometry width="160" relative="1" as="geometry">
                        <mxPoint x="500" y="430" as="sourcePoint"/>
                        <mxPoint x="660" y="430" as="targetPoint"/>
                    </mxGeometry>
                </mxCell>
                <mxCell id="t-pgimBPQop8rT4Ed4PY-29" value="" style="edgeStyle=elbowEdgeStyle;html=1;endArrow=none;elbow=vertical;entryX=0.5;entryY=1;entryDx=0;entryDy=0;entryPerimeter=0;exitX=0.5;exitY=0;exitDx=0;exitDy=0;exitPerimeter=0;" parent="1" source="t-pgimBPQop8rT4Ed4PY-22" target="t-pgimBPQop8rT4Ed4PY-26" edge="1">
                    <mxGeometry width="160" relative="1" as="geometry">
                        <mxPoint x="710" y="305" as="sourcePoint"/>
                        <mxPoint x="710" y="260" as="targetPoint"/>
                    </mxGeometry>
                </mxCell>
                <mxCell id="t-pgimBPQop8rT4Ed4PY-30" value="" style="endArrow=block;html=1;endFill=0;edgeStyle=elbowEdgeStyle;elbow=vertical;entryX=0.5;entryY=1;entryDx=0;entryDy=0;entryPerimeter=0;" parent="1" target="t-pgimBPQop8rT4Ed4PY-22" edge="1">
                    <mxGeometry width="160" relative="1" as="geometry">
                        <mxPoint x="700" y="200" as="sourcePoint"/>
                        <mxPoint x="660" y="430" as="targetPoint"/>
                    </mxGeometry>
                </mxCell>
                <mxCell id="t-pgimBPQop8rT4Ed4PY-31" value="+" style="edgeStyle=elbowEdgeStyle;html=1;endArrow=open;elbow=vertical;endFill=0;dashed=1;dashPattern=6 4;exitX=1;exitY=0.25;exitDx=0;exitDy=0;exitPerimeter=0;" parent="1" source="t-pgimBPQop8rT4Ed4PY-7" target="t-pgimBPQop8rT4Ed4PY-22" edge="1">
                    <mxGeometry x="0.2469" y="1" relative="1" as="geometry">
                        <mxPoint x="500" y="430" as="sourcePoint"/>
                        <mxPoint x="660" y="430" as="targetPoint"/>
                        <mxPoint x="1" y="1" as="offset"/>
                    </mxGeometry>
                </mxCell>
                <mxCell id="3GNly8swfIl7gGlAvl97-1" value="Klare mer selv" style="html=1;outlineConnect=0;whiteSpace=wrap;fillColor=#CCCCFF;shape=mxgraph.archimate3.application;appType=goal;archiType=oct;" parent="1" vertex="1">
                    <mxGeometry x="450" y="30" width="120" height="50" as="geometry"/>
                </mxCell>
                <mxCell id="3GNly8swfIl7gGlAvl97-2" value="Behandle flere med færre hender" style="html=1;outlineConnect=0;whiteSpace=wrap;fillColor=#CCCCFF;shape=mxgraph.archimate3.application;appType=goal;archiType=oct;" parent="1" vertex="1">
                    <mxGeometry x="800" y="200" width="120" height="60" as="geometry"/>
                </mxCell>
                <mxCell id="3GNly8swfIl7gGlAvl97-3" value="Sammenhengende tjenester" style="html=1;outlineConnect=0;whiteSpace=wrap;fillColor=#CCCCFF;shape=mxgraph.archimate3.application;appType=goal;archiType=oct;" parent="1" vertex="1">
                    <mxGeometry x="800" y="110" width="120" height="60" as="geometry"/>
                </mxCell>
                <mxCell id="3GNly8swfIl7gGlAvl97-4" value="+" style="edgeStyle=elbowEdgeStyle;html=1;endArrow=open;elbow=vertical;endFill=0;dashed=1;dashPattern=6 4;exitX=0.5;exitY=0;exitDx=0;exitDy=0;exitPerimeter=0;entryX=0.5;entryY=1;entryDx=0;entryDy=0;entryPerimeter=0;" parent="1" source="t-pgimBPQop8rT4Ed4PY-7" target="3GNly8swfIl7gGlAvl97-1" edge="1">
                    <mxGeometry x="0.2469" y="1" relative="1" as="geometry">
                        <mxPoint x="570" y="143" as="sourcePoint"/>
                        <mxPoint x="650" y="143" as="targetPoint"/>
                        <mxPoint x="1" y="1" as="offset"/>
                    </mxGeometry>
                </mxCell>
                <mxCell id="3GNly8swfIl7gGlAvl97-5" value="" style="edgeStyle=elbowEdgeStyle;html=1;endArrow=none;elbow=vertical;entryX=0;entryY=0.5;entryDx=0;entryDy=0;entryPerimeter=0;exitX=1;exitY=0.5;exitDx=0;exitDy=0;exitPerimeter=0;" parent="1" source="3GNly8swfIl7gGlAvl97-1" target="t-pgimBPQop8rT4Ed4PY-26" edge="1">
                    <mxGeometry width="160" relative="1" as="geometry">
                        <mxPoint x="710" y="120" as="sourcePoint"/>
                        <mxPoint x="710" y="90" as="targetPoint"/>
                    </mxGeometry>
                </mxCell>
                <mxCell id="XD-bJeYkI-AFAmwgRQcM-1" value="Riktig behandling av god kvalitet" style="html=1;outlineConnect=0;whiteSpace=wrap;fillColor=#CCCCFF;shape=mxgraph.archimate3.application;appType=goal;archiType=oct;" parent="1" vertex="1">
                    <mxGeometry x="800" y="30" width="120" height="50" as="geometry"/>
                </mxCell>
                <mxCell id="tcc9w6u4mDXMCJ0TJktX-1" value="" style="edgeStyle=elbowEdgeStyle;html=1;endArrow=none;elbow=vertical;entryX=0;entryY=0.5;entryDx=0;entryDy=0;entryPerimeter=0;exitX=1;exitY=0.5;exitDx=0;exitDy=0;exitPerimeter=0;" parent="1" source="t-pgimBPQop8rT4Ed4PY-26" target="XD-bJeYkI-AFAmwgRQcM-1" edge="1">
                    <mxGeometry width="160" relative="1" as="geometry">
                        <mxPoint x="580" y="65" as="sourcePoint"/>
                        <mxPoint x="650" y="65" as="targetPoint"/>
                    </mxGeometry>
                </mxCell>
            </root>
        </mxGraphModel>
    </diagram>
    <diagram id="O3QjiOL2nl1_qWtQnt6R" name="tjeneste-kjede">
-         <mxGraphModel dx="807" dy="587" grid="1" gridSize="10" guides="1" tooltips="1" connect="1" arrows="1" fold="1" page="1" pageScale="1" pageWidth="1169" pageHeight="827" math="0" shadow="0">
+         <mxGraphModel dx="986" dy="546" grid="1" gridSize="10" guides="1" tooltips="1" connect="1" arrows="1" fold="1" page="1" pageScale="1" pageWidth="1169" pageHeight="827" math="0" shadow="0">
            <root>
                <mxCell id="0"/>
                <mxCell id="1" parent="0"/>
                <mxCell id="z8HnSQFQwWD63jmKV9dQ-6" value="Hendelseskapabiliteter&lt;div&gt;&lt;br&gt;&lt;/div&gt;&lt;div&gt;&lt;br&gt;&lt;/div&gt;&lt;div&gt;&lt;br&gt;&lt;/div&gt;&lt;div&gt;&lt;br&gt;&lt;/div&gt;&lt;div&gt;&lt;br&gt;&lt;/div&gt;&lt;div&gt;&lt;br&gt;&lt;/div&gt;&lt;div&gt;&lt;br&gt;&lt;/div&gt;&lt;div&gt;&lt;br&gt;&lt;/div&gt;&lt;div style=&quot;&quot;&gt;&lt;br&gt;&lt;/div&gt;" style="html=1;outlineConnect=0;whiteSpace=wrap;shape=mxgraph.archimate3.application;appType=grouping;archiType=square;dashed=1;fillColor=none;align=left;" parent="1" vertex="1">
                    <mxGeometry x="10" y="410" width="230" height="165" as="geometry"/>
                </mxCell>
                <mxCell id="BuL-0O40kC-6M-j3F13p-1" value="Data" style="html=1;outlineConnect=0;whiteSpace=wrap;fillColor=#F5DEAA;shape=mxgraph.archimate3.application;appType=valueStream;archiType=rounded;" parent="1" vertex="1">
                    <mxGeometry x="380" y="340" width="100" height="50" as="geometry"/>
                </mxCell>
                <mxCell id="BuL-0O40kC-6M-j3F13p-2" value="Tjeneste leveranse" style="html=1;outlineConnect=0;whiteSpace=wrap;fillColor=#F5DEAA;shape=mxgraph.archimate3.application;appType=valueStream;archiType=rounded;" parent="1" vertex="1">
                    <mxGeometry x="250" y="190" width="100" height="50" as="geometry"/>
                </mxCell>
                <mxCell id="BuL-0O40kC-6M-j3F13p-3" value="Hendelse" style="html=1;outlineConnect=0;whiteSpace=wrap;fillColor=#F5DEAA;shape=mxgraph.archimate3.application;appType=valueStream;archiType=rounded;" parent="1" vertex="1">
                    <mxGeometry x="120" y="340" width="100" height="50" as="geometry"/>
                </mxCell>
                <mxCell id="bTM0hNlLQCSRTd3pSbjj-1" value="Innnbygger" style="html=1;outlineConnect=0;whiteSpace=wrap;fillColor=#CCCCFF;shape=mxgraph.archimate3.role;" parent="1" vertex="1">
                    <mxGeometry x="250" y="260" width="100" height="40" as="geometry"/>
                </mxCell>
                <mxCell id="D0IF6Y4VKBmNZ_BpnIoN-1" value="Behov" style="html=1;outlineConnect=0;whiteSpace=wrap;fillColor=#CCCCFF;shape=mxgraph.archimate3.application;appType=goal;archiType=oct;" parent="1" vertex="1">
                    <mxGeometry x="250" y="300" width="100" height="40" as="geometry"/>
                </mxCell>
                <mxCell id="lrqInNuPQVZC1IQ3DJ-A-1" value="Avtaler" style="html=1;outlineConnect=0;whiteSpace=wrap;fillColor=#F5DEAA;shape=mxgraph.archimate3.application;appType=capability;archiType=rounded;" parent="1" vertex="1">
                    <mxGeometry x="307.5" y="85" width="100" height="50" as="geometry"/>
                </mxCell>
                <mxCell id="lrqInNuPQVZC1IQ3DJ-A-2" value="Sandkasse og testing" style="html=1;outlineConnect=0;whiteSpace=wrap;fillColor=#F5DEAA;shape=mxgraph.archimate3.application;appType=capability;archiType=rounded;" parent="1" vertex="1">
                    <mxGeometry x="197.5" y="85" width="100" height="50" as="geometry"/>
                </mxCell>
                <mxCell id="lrqInNuPQVZC1IQ3DJ-A-3" value="Tjenesteforvaltning" style="html=1;outlineConnect=0;whiteSpace=wrap;fillColor=#F5DEAA;shape=mxgraph.archimate3.application;appType=capability;archiType=rounded;" parent="1" vertex="1">
                    <mxGeometry x="197.5" y="25" width="100" height="50" as="geometry"/>
                </mxCell>
                <mxCell id="lrqInNuPQVZC1IQ3DJ-A-4" value="Betaling" style="html=1;outlineConnect=0;whiteSpace=wrap;fillColor=#F5DEAA;shape=mxgraph.archimate3.application;appType=capability;archiType=rounded;" parent="1" vertex="1">
                    <mxGeometry x="307.5" y="25" width="100" height="50" as="geometry"/>
                </mxCell>
                <mxCell id="8IgC8LpuB7pLfF5Y-zzh-1" value="Samhandling/ deling" style="html=1;outlineConnect=0;whiteSpace=wrap;fillColor=#F5DEAA;shape=mxgraph.archimate3.application;appType=capability;archiType=rounded;direction=south;" parent="1" vertex="1">
                    <mxGeometry x="490" y="506" width="90" height="50" as="geometry"/>
                </mxCell>
                <mxCell id="8IgC8LpuB7pLfF5Y-zzh-2" value="Grunndata" style="html=1;outlineConnect=0;whiteSpace=wrap;fillColor=#F5DEAA;shape=mxgraph.archimate3.application;appType=capability;archiType=rounded;" parent="1" vertex="1">
                    <mxGeometry x="590" y="440" width="100" height="50" as="geometry"/>
                </mxCell>
                <mxCell id="8IgC8LpuB7pLfF5Y-zzh-3" value="Oppdaging og orkestrering" style="html=1;outlineConnect=0;whiteSpace=wrap;fillColor=#F5DEAA;shape=mxgraph.archimate3.application;appType=capability;archiType=rounded;direction=south;" parent="1" vertex="1">
                    <mxGeometry x="490" y="440" width="90" height="50" as="geometry"/>
                </mxCell>
                <mxCell id="8IgC8LpuB7pLfF5Y-zzh-4" value="Lagring?" style="html=1;outlineConnect=0;whiteSpace=wrap;fillColor=#FFCCCC;shape=mxgraph.archimate3.application;appType=capability;archiType=rounded;" parent="1" vertex="1">
                    <mxGeometry x="380" y="440" width="100" height="50" as="geometry"/>
                </mxCell>
                <mxCell id="8IgC8LpuB7pLfF5Y-zzh-5" value="Finne" style="html=1;outlineConnect=0;whiteSpace=wrap;fillColor=#F5DEAA;shape=mxgraph.archimate3.application;appType=capability;archiType=rounded;" parent="1" vertex="1">
                    <mxGeometry x="380" y="506" width="100" height="50" as="geometry"/>
                </mxCell>
                <mxCell id="8IgC8LpuB7pLfF5Y-zzh-6" value="Publisering" style="html=1;outlineConnect=0;whiteSpace=wrap;fillColor=#F5DEAA;shape=mxgraph.archimate3.application;appType=capability;archiType=rounded;" parent="1" vertex="1">
                    <mxGeometry x="130" y="439" width="90" height="50" as="geometry"/>
                </mxCell>
                <mxCell id="8IgC8LpuB7pLfF5Y-zzh-7" value="Abonnering" style="html=1;outlineConnect=0;whiteSpace=wrap;fillColor=#F5DEAA;shape=mxgraph.archimate3.application;appType=capability;archiType=rounded;" parent="1" vertex="1">
                    <mxGeometry x="30" y="439" width="90" height="50" as="geometry"/>
                </mxCell>
                <mxCell id="z8HnSQFQwWD63jmKV9dQ-1" value="" style="edgeStyle=orthogonalEdgeStyle;html=1;endArrow=block;dashed=0;elbow=vertical;endFill=1;exitX=1;exitY=0.5;exitDx=0;exitDy=0;exitPerimeter=0;entryX=0.5;entryY=0;entryDx=0;entryDy=0;entryPerimeter=0;" parent="1" source="BuL-0O40kC-6M-j3F13p-2" target="BuL-0O40kC-6M-j3F13p-1" edge="1">
                    <mxGeometry width="160" relative="1" as="geometry">
                        <mxPoint x="290" y="240" as="sourcePoint"/>
                        <mxPoint x="450" y="240" as="targetPoint"/>
                    </mxGeometry>
                </mxCell>
                <mxCell id="z8HnSQFQwWD63jmKV9dQ-2" value="" style="edgeStyle=orthogonalEdgeStyle;html=1;endArrow=block;dashed=0;elbow=vertical;endFill=1;exitX=0.5;exitY=0;exitDx=0;exitDy=0;exitPerimeter=0;entryX=0;entryY=0.5;entryDx=0;entryDy=0;entryPerimeter=0;" parent="1" source="BuL-0O40kC-6M-j3F13p-3" target="BuL-0O40kC-6M-j3F13p-2" edge="1">
                    <mxGeometry width="160" relative="1" as="geometry">
                        <mxPoint x="360" y="225" as="sourcePoint"/>
                        <mxPoint x="440" y="350" as="targetPoint"/>
                    </mxGeometry>
                </mxCell>
                <mxCell id="z8HnSQFQwWD63jmKV9dQ-3" value="" style="edgeStyle=orthogonalEdgeStyle;html=1;endArrow=block;dashed=0;elbow=vertical;endFill=1;exitX=0;exitY=0.5;exitDx=0;exitDy=0;exitPerimeter=0;entryX=1;entryY=0.5;entryDx=0;entryDy=0;entryPerimeter=0;" parent="1" source="BuL-0O40kC-6M-j3F13p-1" target="BuL-0O40kC-6M-j3F13p-3" edge="1">
                    <mxGeometry width="160" relative="1" as="geometry">
                        <mxPoint x="370" y="235" as="sourcePoint"/>
                        <mxPoint x="450" y="360" as="targetPoint"/>
                    </mxGeometry>
                </mxCell>
                <mxCell id="z8HnSQFQwWD63jmKV9dQ-4" value="Tjenesteleveranse&lt;div&gt;&lt;br&gt;&lt;/div&gt;&lt;div&gt;&lt;br&gt;&lt;/div&gt;&lt;div&gt;&lt;br&gt;&lt;/div&gt;&lt;div&gt;&lt;br&gt;&lt;/div&gt;&lt;div&gt;&lt;br&gt;&lt;/div&gt;&lt;div&gt;&lt;br&gt;&lt;/div&gt;&lt;div&gt;&lt;br&gt;&lt;/div&gt;&lt;div&gt;&lt;br&gt;&lt;/div&gt;&lt;div style=&quot;&quot;&gt;&lt;br&gt;&lt;/div&gt;" style="html=1;outlineConnect=0;whiteSpace=wrap;shape=mxgraph.archimate3.application;appType=grouping;archiType=square;dashed=1;fillColor=none;align=left;" parent="1" vertex="1">
                    <mxGeometry x="172.5" width="255" height="155" as="geometry"/>
                </mxCell>
                <mxCell id="z8HnSQFQwWD63jmKV9dQ-5" value="Datakapabiliteter&lt;div&gt;&lt;br&gt;&lt;/div&gt;&lt;div&gt;&lt;br&gt;&lt;/div&gt;&lt;div&gt;&lt;br&gt;&lt;/div&gt;&lt;div&gt;&lt;br&gt;&lt;/div&gt;&lt;div&gt;&lt;br&gt;&lt;/div&gt;&lt;div&gt;&lt;br&gt;&lt;/div&gt;&lt;div&gt;&lt;br&gt;&lt;/div&gt;&lt;div&gt;&lt;br&gt;&lt;/div&gt;&lt;div style=&quot;&quot;&gt;&lt;br&gt;&lt;/div&gt;" style="html=1;outlineConnect=0;whiteSpace=wrap;shape=mxgraph.archimate3.application;appType=grouping;archiType=square;dashed=1;fillColor=none;align=left;" parent="1" vertex="1">
                    <mxGeometry x="360" y="410" width="350" height="165" as="geometry"/>
                </mxCell>
                <mxCell id="mDRKMeOo69vUBoy7oLHQ-1" value="" style="edgeStyle=elbowEdgeStyle;html=1;endArrow=open;elbow=vertical;endFill=1;exitX=0.5;exitY=1;exitDx=0;exitDy=0;exitPerimeter=0;entryX=0.5;entryY=0;entryDx=0;entryDy=0;entryPerimeter=0;" parent="1" source="z8HnSQFQwWD63jmKV9dQ-4" target="BuL-0O40kC-6M-j3F13p-2" edge="1">
                    <mxGeometry width="160" relative="1" as="geometry">
                        <mxPoint x="290" y="300" as="sourcePoint"/>
                        <mxPoint x="450" y="300" as="targetPoint"/>
                    </mxGeometry>
                </mxCell>
                <mxCell id="mDRKMeOo69vUBoy7oLHQ-2" value="" style="edgeStyle=orthogonalEdgeStyle;html=1;endArrow=open;elbow=vertical;endFill=1;exitX=0.5;exitY=0;exitDx=0;exitDy=0;exitPerimeter=0;entryX=1;entryY=0.5;entryDx=0;entryDy=0;entryPerimeter=0;" parent="1" source="z8HnSQFQwWD63jmKV9dQ-5" target="BuL-0O40kC-6M-j3F13p-1" edge="1">
                    <mxGeometry width="160" relative="1" as="geometry">
                        <mxPoint x="313" y="180" as="sourcePoint"/>
                        <mxPoint x="310" y="200" as="targetPoint"/>
                    </mxGeometry>
                </mxCell>
                <mxCell id="mDRKMeOo69vUBoy7oLHQ-4" value="" style="edgeStyle=orthogonalEdgeStyle;html=1;endArrow=open;elbow=vertical;endFill=1;exitX=0.25;exitY=0;exitDx=0;exitDy=0;exitPerimeter=0;entryX=0;entryY=0.5;entryDx=0;entryDy=0;entryPerimeter=0;" parent="1" source="z8HnSQFQwWD63jmKV9dQ-6" target="BuL-0O40kC-6M-j3F13p-3" edge="1">
                    <mxGeometry width="160" relative="1" as="geometry">
                        <mxPoint x="545" y="420" as="sourcePoint"/>
                        <mxPoint x="490" y="375" as="targetPoint"/>
                    </mxGeometry>
                </mxCell>
                <mxCell id="mDRKMeOo69vUBoy7oLHQ-5" value="" style="endArrow=block;html=1;endFill=0;edgeStyle=elbowEdgeStyle;elbow=vertical;exitX=1;exitY=0.5;exitDx=0;exitDy=0;exitPerimeter=0;entryX=0;entryY=0.5;entryDx=0;entryDy=0;entryPerimeter=0;" parent="1" source="z8HnSQFQwWD63jmKV9dQ-6" target="z8HnSQFQwWD63jmKV9dQ-5" edge="1">
                    <mxGeometry width="160" relative="1" as="geometry">
                        <mxPoint x="290" y="410" as="sourcePoint"/>
                        <mxPoint x="450" y="410" as="targetPoint"/>
                    </mxGeometry>
                </mxCell>
            </root>
        </mxGraphModel>
    </diagram>
</mxfile>